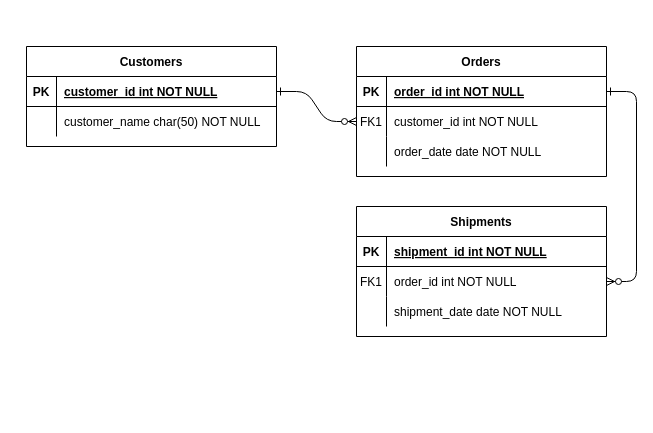
Before: Untitled Diagram.drawio in anhln/greatcart-django, a draw.io diagram. Source tidied: cells renumbered, new cells numbered last; positions are measured from the earlier drawing's top-left corner, leaving out a move shared by most shapes. Both pictures are drawn from the tidied source at 100%, with x=0, y=0 at pixel (26, 46).
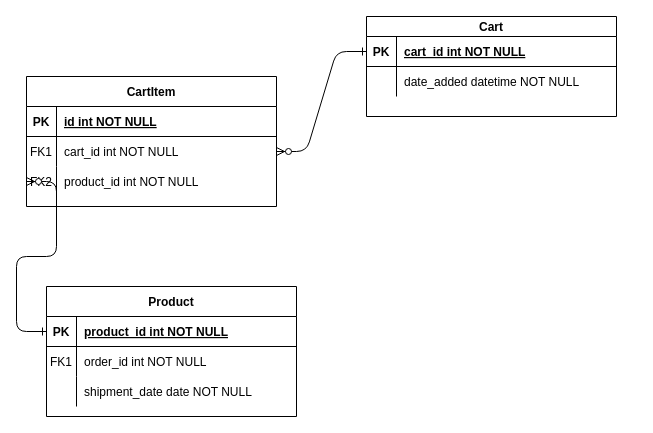
After the change.

The change refers to these unchanged cells:
```xml
<mxCell id="5" style="shape=partialRectangle;fillColor=none;points=[[0,0.5],[1,0.5]];portConstraint=eastwest;top=0;left=0;right=0;bottom=1;" parent="4" vertex="1">
  <mxGeometry y="30" width="250" height="30" as="geometry" />
</mxCell>
<mxCell id="8" style="shape=partialRectangle;fillColor=none;points=[[0,0.5],[1,0.5]];portConstraint=eastwest;top=0;left=0;right=0;bottom=0;" parent="4" vertex="1">
  <mxGeometry y="60" width="250" height="30" as="geometry" />
</mxCell>
<mxCell id="11" style="shape=partialRectangle;fillColor=none;points=[[0,0.5],[1,0.5]];portConstraint=eastwest;top=0;left=0;right=0;bottom=0;" parent="4" vertex="1">
  <mxGeometry y="90" width="250" height="30" as="geometry" />
</mxCell>
<mxCell id="15" style="shape=partialRectangle;fillColor=none;points=[[0,0.5],[1,0.5]];portConstraint=eastwest;top=0;left=0;right=0;bottom=1;" parent="14" vertex="1">
  <mxGeometry y="30" width="250" height="30" as="geometry" />
</mxCell>
<mxCell id="18" style="shape=partialRectangle;fillColor=none;points=[[0,0.5],[1,0.5]];portConstraint=eastwest;top=0;left=0;right=0;bottom=0;" parent="14" vertex="1">
  <mxGeometry y="60" width="250" height="30" as="geometry" />
</mxCell>
```

What changed in the source:
```diff
@@
-    <mxCell id="3" style="edgeStyle=entityRelationEdgeStyle;endArrow=ERzeroToMany;startArrow=ERone;endFill=1;startFill=0;" parent="1" edge="1" source="5" target="18">
-      <mxGeometry relative="1" as="geometry" />
-    </mxCell>
-    <mxCell id="4" value="Orders" style="shape=table;startSize=30;childLayout=tableLayout;rowLines=0;fontStyle=1;align=center;" parent="1" vertex="1">
-      <mxGeometry x="330" width="250" height="130" as="geometry" />
+    <mxCell id="4" value="CartItem" style="shape=table;startSize=30;childLayout=tableLayout;rowLines=0;fontStyle=1;align=center;" parent="1" vertex="1">
+      <mxGeometry y="30" width="250" height="130" as="geometry" />
     </mxCell>
@@
-    <mxCell id="7" value="order_id int NOT NULL " style="shape=partialRectangle;overflow=hidden;fillColor=none;top=0;left=0;bottom=0;right=0;align=left;spacingLeft=6;fontStyle=5;" parent="5" vertex="1">
+    <mxCell id="7" value="id int NOT NULL " style="shape=partialRectangle;overflow=hidden;fillColor=none;top=0;left=0;bottom=0;right=0;align=left;spacingLeft=6;fontStyle=5;" parent="5" vertex="1">
       <mxGeometry x="30" width="220" height="30" as="geometry" />
     </mxCell>
@@
-    <mxCell id="10" value="customer_id int NOT NULL" style="shape=partialRectangle;overflow=hidden;fillColor=none;top=0;left=0;bottom=0;right=0;align=left;spacingLeft=6;" parent="8" vertex="1">
+    <mxCell id="10" value="cart_id int NOT NULL" style="shape=partialRectangle;overflow=hidden;fillColor=none;top=0;left=0;bottom=0;right=0;align=left;spacingLeft=6;" parent="8" vertex="1">
       <mxGeometry x="30" width="220" height="30" as="geometry" />
     </mxCell>
@@
-    <mxCell id="12" style="shape=partialRectangle;overflow=hidden;fillColor=none;top=0;left=0;bottom=0;right=0;" parent="11" vertex="1">
+    <mxCell id="12" value="FK2" style="shape=partialRectangle;overflow=hidden;fillColor=none;top=0;left=0;bottom=0;right=0;" parent="11" vertex="1">
       <mxGeometry width="30" height="30" as="geometry" />
     </mxCell>
-    <mxCell id="13" value="order_date date NOT NULL" style="shape=partialRectangle;overflow=hidden;fillColor=none;top=0;left=0;bottom=0;right=0;align=left;spacingLeft=6;" parent="11" vertex="1">
+    <mxCell id="13" value="product_id int NOT NULL" style="shape=partialRectangle;overflow=hidden;fillColor=none;top=0;left=0;bottom=0;right=0;align=left;spacingLeft=6;" parent="11" vertex="1">
       <mxGeometry x="30" width="220" height="30" as="geometry" />
     </mxCell>
-    <mxCell id="14" value="Shipments" style="shape=table;startSize=30;childLayout=tableLayout;rowLines=0;fontStyle=1;align=center;" parent="1" vertex="1">
-      <mxGeometry x="330" y="160" width="250" height="130" as="geometry" />
+    <mxCell id="14" value="Product" style="shape=table;startSize=30;childLayout=tableLayout;rowLines=0;fontStyle=1;align=center;" parent="1" vertex="1">
+      <mxGeometry x="20" y="240" width="250" height="130" as="geometry" />
     </mxCell>
@@
-    <mxCell id="17" value="shipment_id int NOT NULL " style="shape=partialRectangle;overflow=hidden;fillColor=none;top=0;left=0;bottom=0;right=0;align=left;spacingLeft=6;fontStyle=5;" parent="15" vertex="1">
+    <mxCell id="17" value="product_id int NOT NULL " style="shape=partialRectangle;overflow=hidden;fillColor=none;top=0;left=0;bottom=0;right=0;align=left;spacingLeft=6;fontStyle=5;" parent="15" vertex="1">
       <mxGeometry x="30" width="220" height="30" as="geometry" />
     </mxCell>
@@
-    <mxCell id="24" value="Customers" style="shape=table;startSize=30;childLayout=tableLayout;rowLines=0;fontStyle=1;align=center;" parent="1" vertex="1">
-      <mxGeometry width="250" height="100" as="geometry" />
+    <mxCell id="24" value="Cart" style="shape=table;startSize=20;childLayout=tableLayout;rowLines=0;fontStyle=1;align=center;" parent="1" vertex="1">
+      <mxGeometry x="340" y="-30" width="250" height="100" as="geometry" />
     </mxCell>
     <mxCell id="25" style="shape=partialRectangle;fillColor=none;points=[[0,0.5],[1,0.5]];portConstraint=eastwest;top=0;left=0;right=0;bottom=1;" parent="24" vertex="1">
-      <mxGeometry y="30" width="250" height="30" as="geometry" />
+      <mxGeometry y="20" width="250" height="30" as="geometry" />
     </mxCell>
@@
-    <mxCell id="27" value="customer_id int NOT NULL " style="shape=partialRectangle;overflow=hidden;fillColor=none;top=0;left=0;bottom=0;right=0;align=left;spacingLeft=6;fontStyle=5;" parent="25" vertex="1">
+    <mxCell id="27" value="cart_id int NOT NULL " style="shape=partialRectangle;overflow=hidden;fillColor=none;top=0;left=0;bottom=0;right=0;align=left;spacingLeft=6;fontStyle=5;" parent="25" vertex="1">
       <mxGeometry x="30" width="220" height="30" as="geometry" />
     </mxCell>
     <mxCell id="28" style="shape=partialRectangle;fillColor=none;top=0;left=0;right=0;bottom=0;" parent="24" vertex="1">
-      <mxGeometry y="60" width="250" height="30" as="geometry" />
+      <mxGeometry y="50" width="250" height="30" as="geometry" />
     </mxCell>
@@
-    <mxCell id="30" value="customer_name char(50) NOT NULL" style="shape=partialRectangle;overflow=hidden;fillColor=none;top=0;left=0;bottom=0;right=0;align=left;spacingLeft=6;" parent="28" vertex="1">
+    <mxCell id="30" value="date_added datetime NOT NULL" style="shape=partialRectangle;overflow=hidden;fillColor=none;top=0;left=0;bottom=0;right=0;align=left;spacingLeft=6;" parent="28" vertex="1">
       <mxGeometry x="30" width="220" height="30" as="geometry" />
     </mxCell>
+    <mxCell id="31" style="edgeStyle=entityRelationEdgeStyle;endArrow=ERzeroToMany;startArrow=ERone;endFill=1;startFill=0;entryX=0;entryY=0.5;entryDx=0;entryDy=0;" parent="1" edge="1" source="15" target="11">
+      <mxGeometry relative="1" as="geometry" />
+    </mxCell>
```
